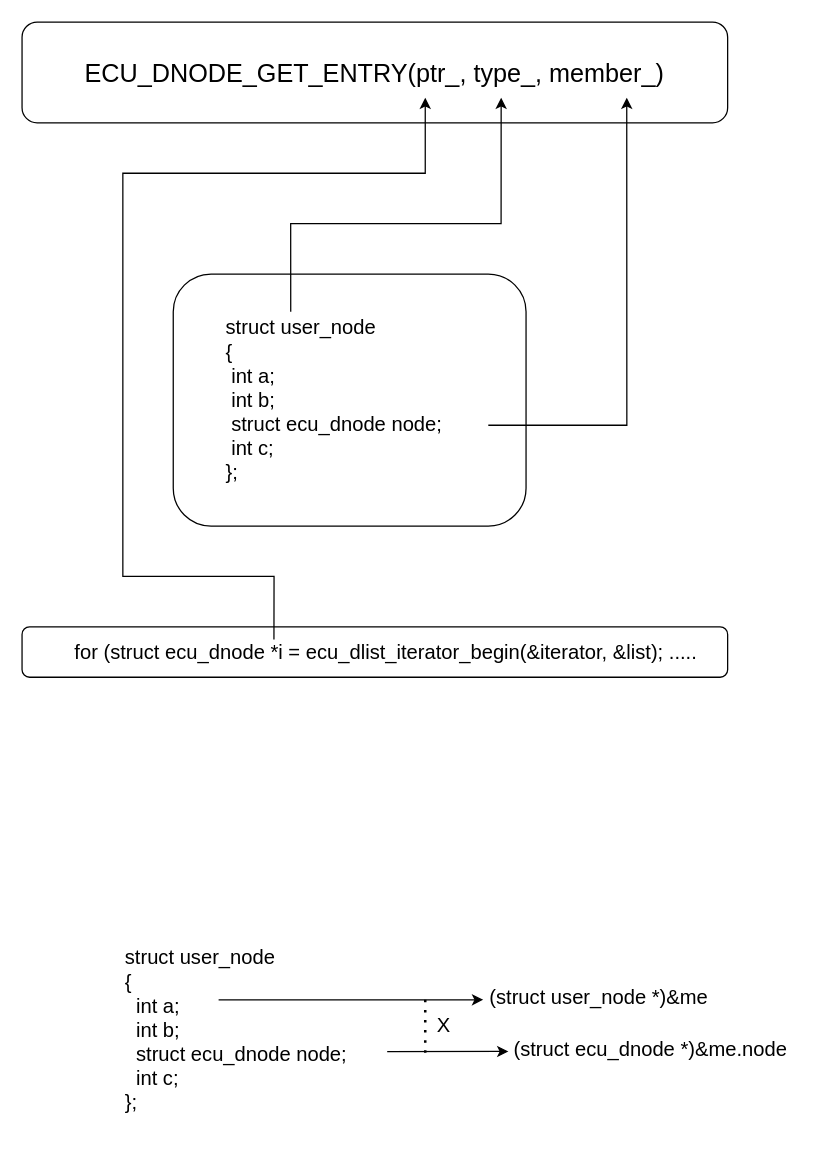
The draw.io diagram page "node_get_entry" (2 of 11) of doc/images/dlist/dlist.drawio in ress059/ecu, before the edit. Source tidied: cells renumbered, new cells numbered last; positions are measured from the earlier drawing's top-left corner, leaving out a move shared by most shapes. Both pictures are drawn from the tidied source at 126%, with x=0, y=0 at pixel (21, 21).
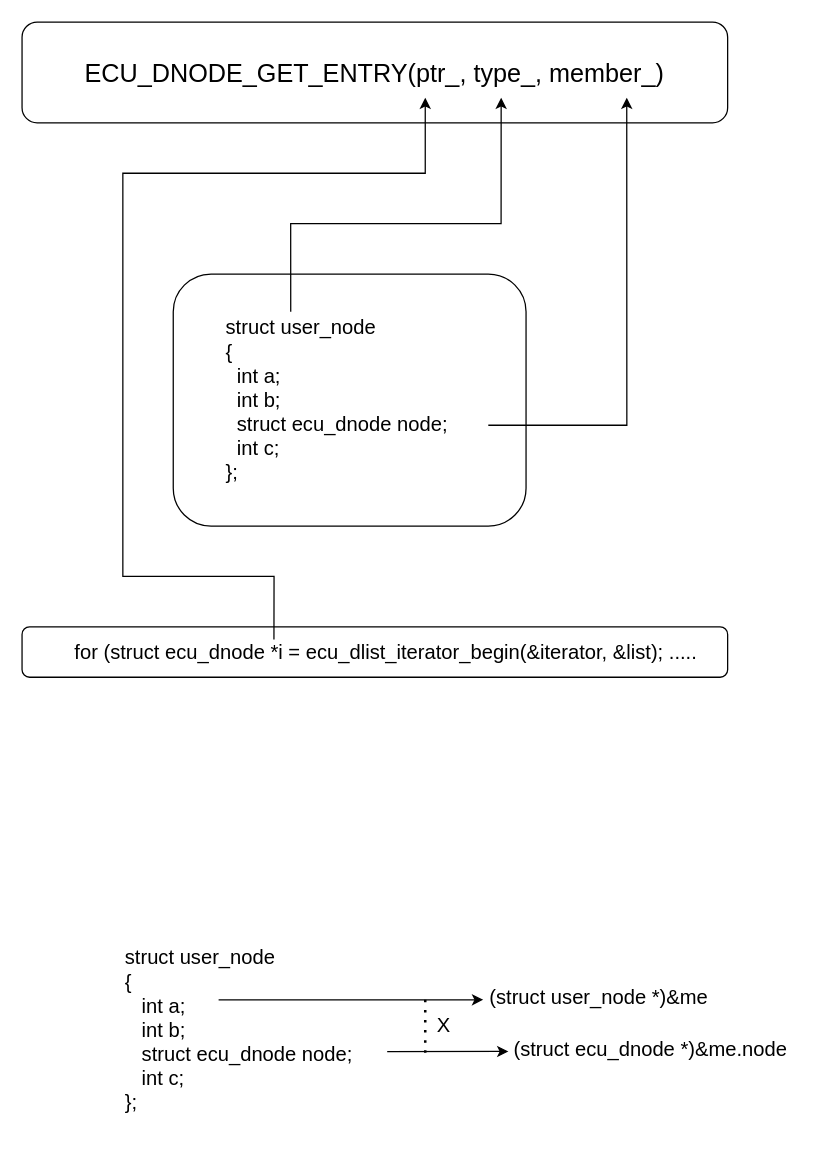
Above is the later version.

What changed in the source:
```diff
@@
-    <mxCell id="3" value="&lt;blockquote style=&quot;margin: 0 0 0 40px; border: none; padding: 0px;&quot;&gt;&lt;font style=&quot;font-size: 16px;&quot;&gt;struct user_node&amp;nbsp;&lt;br&gt;&lt;/font&gt;&lt;font style=&quot;font-size: 16px;&quot;&gt;&lt;span style=&quot;&quot;&gt;{&lt;br&gt;&lt;/span&gt;&lt;/font&gt;&lt;font style=&quot;font-size: 16px;&quot;&gt;&lt;span style=&quot;&quot;&gt;&lt;span style=&quot;white-space: pre;&quot;&gt; &lt;/span&gt;int a;&lt;br&gt;&lt;/span&gt;&lt;/font&gt;&lt;font style=&quot;font-size: 16px;&quot;&gt;&lt;span style=&quot;&quot;&gt;&lt;span style=&quot;white-space: pre;&quot;&gt; &lt;/span&gt;int b;&lt;br&gt;&lt;/span&gt;&lt;/font&gt;&lt;font style=&quot;font-size: 16px;&quot;&gt;&lt;span style=&quot;&quot;&gt;&lt;span style=&quot;white-space: pre;&quot;&gt; &lt;/span&gt;struct ecu_dnode node;&lt;br&gt;&lt;/span&gt;&lt;/font&gt;&lt;font style=&quot;font-size: 16px;&quot;&gt;&lt;span style=&quot;&quot;&gt;&lt;span style=&quot;white-space: pre;&quot;&gt; &lt;/span&gt;int c;&lt;br&gt;&lt;/span&gt;&lt;/font&gt;&lt;font style=&quot;font-size: 16px;&quot;&gt;&lt;span style=&quot;&quot;&gt;};&lt;/span&gt;&lt;/font&gt;&lt;/blockquote&gt;" style="rounded=1;whiteSpace=wrap;html=1;align=left;" parent="1" vertex="1">
+    <mxCell id="3" value="&lt;blockquote style=&quot;margin: 0 0 0 40px; border: none; padding: 0px;&quot;&gt;&lt;font style=&quot;font-size: 16px;&quot;&gt;struct user_node&amp;nbsp;&lt;br&gt;&lt;/font&gt;&lt;font style=&quot;font-size: 16px;&quot;&gt;&lt;span style=&quot;&quot;&gt;{&lt;br&gt;&lt;/span&gt;&lt;/font&gt;&lt;font style=&quot;font-size: 16px;&quot;&gt;&lt;span style=&quot;&quot;&gt;&lt;span style=&quot;white-space: pre;&quot;&gt; &lt;span style=&quot;white-space: pre;&quot;&gt; &lt;/span&gt;&lt;/span&gt;int a;&lt;br&gt;&lt;/span&gt;&lt;/font&gt;&lt;font style=&quot;font-size: 16px;&quot;&gt;&lt;span style=&quot;&quot;&gt;&lt;span style=&quot;white-space: pre;&quot;&gt; &lt;span style=&quot;white-space: pre;&quot;&gt; &lt;/span&gt;&lt;/span&gt;int b;&lt;br&gt;&lt;/span&gt;&lt;/font&gt;&lt;font style=&quot;font-size: 16px;&quot;&gt;&lt;span style=&quot;&quot;&gt;&lt;span style=&quot;white-space: pre;&quot;&gt; &lt;span style=&quot;white-space: pre;&quot;&gt; &lt;/span&gt;&lt;/span&gt;struct ecu_dnode node;&lt;br&gt;&lt;/span&gt;&lt;/font&gt;&lt;font style=&quot;font-size: 16px;&quot;&gt;&lt;span style=&quot;&quot;&gt;&lt;span style=&quot;white-space: pre;&quot;&gt; &lt;span style=&quot;white-space: pre;&quot;&gt; &lt;/span&gt;&lt;/span&gt;int c;&lt;br&gt;&lt;/span&gt;&lt;/font&gt;&lt;font style=&quot;font-size: 16px;&quot;&gt;&lt;span style=&quot;&quot;&gt;};&lt;/span&gt;&lt;/font&gt;&lt;/blockquote&gt;" style="rounded=1;whiteSpace=wrap;html=1;align=left;" parent="1" vertex="1">
       <mxGeometry x="120" y="200" width="280" height="200" as="geometry" />
     </mxCell>
@@
-    <mxCell id="9" value="&lt;font style=&quot;border-color: var(--border-color); font-size: 16px;&quot;&gt;struct user_node&amp;nbsp;&lt;br style=&quot;border-color: var(--border-color);&quot;&gt;&lt;/font&gt;&lt;font style=&quot;border-color: var(--border-color); font-size: 16px;&quot;&gt;{&lt;br style=&quot;border-color: var(--border-color);&quot;&gt;&lt;/font&gt;&lt;font style=&quot;border-color: var(--border-color); font-size: 16px;&quot;&gt; &lt;span style=&quot;white-space: pre;&quot;&gt; &lt;span style=&quot;white-space: pre;&quot;&gt; &lt;/span&gt;&lt;/span&gt;int a;&lt;br&gt;&lt;span style=&quot;background-color: initial;&quot;&gt;&lt;span style=&quot;white-space: pre;&quot;&gt; &lt;span style=&quot;white-space: pre;&quot;&gt; &lt;/span&gt;&lt;/span&gt;int b;&lt;/span&gt;&lt;br&gt;&lt;/font&gt;&lt;font style=&quot;border-color: var(--border-color); font-size: 16px;&quot;&gt;&lt;span style=&quot;border-color: var(--border-color);&quot;&gt; &lt;/span&gt;&lt;span style=&quot;white-space: pre;&quot;&gt; &lt;span style=&quot;white-space: pre;&quot;&gt; &lt;/span&gt;&lt;/span&gt;struct ecu_dnode node;&lt;br style=&quot;border-color: var(--border-color);&quot;&gt;&lt;/font&gt;&lt;font style=&quot;border-color: var(--border-color); font-size: 16px;&quot;&gt;&lt;span style=&quot;border-color: var(--border-color);&quot;&gt; &lt;/span&gt;&lt;span style=&quot;white-space: pre;&quot;&gt; &lt;span style=&quot;white-space: pre;&quot;&gt; &lt;/span&gt;&lt;/span&gt;int c;&lt;br style=&quot;border-color: var(--border-color);&quot;&gt;&lt;/font&gt;&lt;font style=&quot;border-color: var(--border-color); font-size: 16px;&quot;&gt;};&lt;/font&gt;" style="text;html=1;strokeColor=none;fillColor=none;align=left;verticalAlign=middle;whiteSpace=wrap;rounded=0;" parent="1" vertex="1">
+    <mxCell id="9" value="&lt;font style=&quot;border-color: var(--border-color); font-size: 16px;&quot;&gt;struct user_node&amp;nbsp;&lt;br style=&quot;border-color: var(--border-color);&quot;&gt;&lt;/font&gt;&lt;font style=&quot;border-color: var(--border-color); font-size: 16px;&quot;&gt;{&lt;br style=&quot;border-color: var(--border-color);&quot;&gt;&lt;/font&gt;&lt;font style=&quot;border-color: var(--border-color); font-size: 16px;&quot;&gt; &lt;span style=&quot;white-space: pre;&quot;&gt; &lt;span style=&quot;white-space: pre;&quot;&gt; &lt;span style=&quot;white-space: pre;&quot;&gt; &lt;/span&gt;&lt;/span&gt;&lt;/span&gt;int a;&lt;br&gt;&lt;span style=&quot;background-color: initial;&quot;&gt;&lt;span style=&quot;white-space: pre;&quot;&gt; &lt;span style=&quot;white-space: pre;&quot;&gt; &lt;span style=&quot;white-space: pre;&quot;&gt; &lt;/span&gt;&lt;/span&gt;&lt;/span&gt;int b;&lt;/span&gt;&lt;br&gt;&lt;/font&gt;&lt;font style=&quot;border-color: var(--border-color); font-size: 16px;&quot;&gt;&lt;span style=&quot;border-color: var(--border-color);&quot;&gt; &lt;/span&gt;&lt;span style=&quot;white-space: pre;&quot;&gt; &lt;span style=&quot;white-space: pre;&quot;&gt; &lt;span style=&quot;white-space: pre;&quot;&gt; &lt;/span&gt;&lt;/span&gt;&lt;/span&gt;struct ecu_dnode node;&lt;br style=&quot;border-color: var(--border-color);&quot;&gt;&lt;/font&gt;&lt;font style=&quot;border-color: var(--border-color); font-size: 16px;&quot;&gt;&lt;span style=&quot;border-color: var(--border-color);&quot;&gt; &lt;/span&gt;&lt;span style=&quot;white-space: pre;&quot;&gt; &lt;span style=&quot;white-space: pre;&quot;&gt; &lt;span style=&quot;white-space: pre;&quot;&gt; &lt;/span&gt;&lt;/span&gt;&lt;/span&gt;int c;&lt;br style=&quot;border-color: var(--border-color);&quot;&gt;&lt;/font&gt;&lt;font style=&quot;border-color: var(--border-color); font-size: 16px;&quot;&gt;};&lt;/font&gt;" style="text;html=1;strokeColor=none;fillColor=none;align=left;verticalAlign=middle;whiteSpace=wrap;rounded=0;" parent="1" vertex="1">
       <mxGeometry x="80" y="720" width="210" height="160" as="geometry" />
     </mxCell>
```
